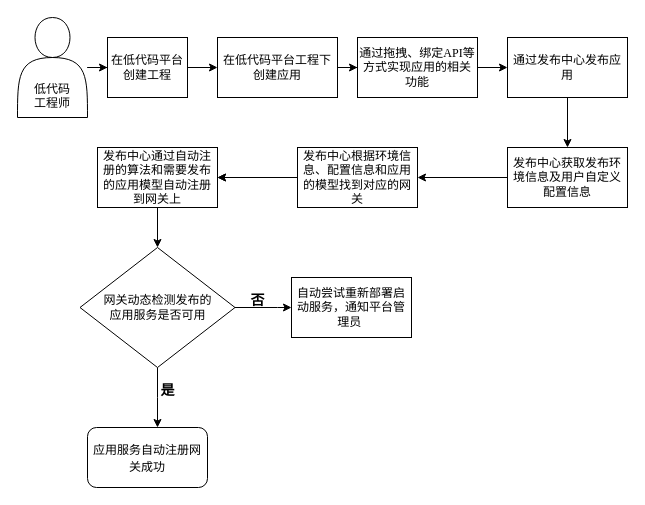
The draw.io diagram Untitled Diagram.drawio in KingDracula/nodeStudy, before the edit. Source tidied: cells renumbered, new cells numbered last; positions are measured from the earlier drawing's top-left corner, leaving out a move shared by most shapes. Both pictures are drawn from the tidied source at 100%, with x=0, y=0 at pixel (17, 17).
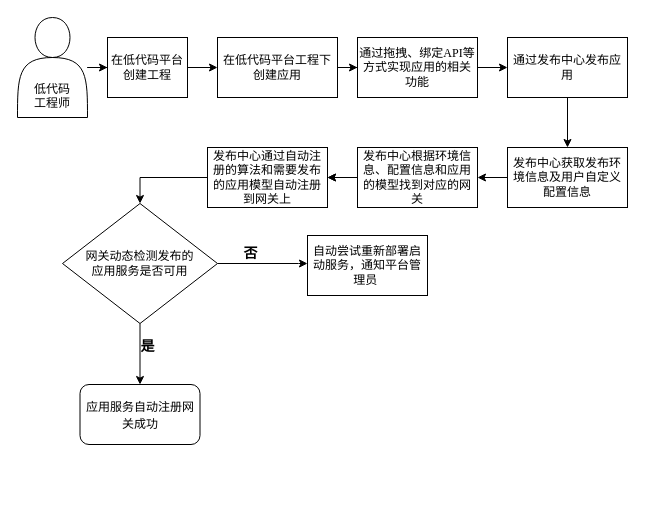
The same diagram, later.

What changed in the source:
```diff
@@
     <mxCell id="14" value="发布中心根据环境信息、配置信息和应用的模型找到对应的网关" style="whiteSpace=wrap;html=1;" parent="1" vertex="1">
-      <mxGeometry x="280" y="130" width="120" height="60" as="geometry" />
+      <mxGeometry x="340" y="130" width="120" height="60" as="geometry" />
     </mxCell>
-    <mxCell id="15" style="edgeStyle=orthogonalEdgeStyle;rounded=0;jettySize=auto;html=1;fontSize=12;" parent="1" edge="1" source="16" target="21">
+    <mxCell id="15" style="edgeStyle=orthogonalEdgeStyle;rounded=0;jettySize=auto;html=1;fontSize=12;exitX=0;exitY=0.5;exitDx=0;exitDy=0;" parent="1" edge="1" source="16" target="21">
       <mxGeometry relative="1" as="geometry" />
     </mxCell>
     <mxCell id="16" value="发布中心通过自动注册的算法和需要发布的应用模型自动注册到网关上" style="whiteSpace=wrap;html=1;" parent="1" vertex="1">
-      <mxGeometry x="80" y="130" width="120" height="60" as="geometry" />
+      <mxGeometry x="190" y="130" width="120" height="60" as="geometry" />
     </mxCell>
@@
-    <mxCell id="19" style="edgeStyle=orthogonalEdgeStyle;rounded=0;jettySize=auto;html=1;fontSize=12;" parent="1" edge="1" source="21" target="22">
+    <mxCell id="19" style="edgeStyle=orthogonalEdgeStyle;rounded=0;jettySize=auto;html=1;fontSize=12;exitX=1;exitY=0.5;exitDx=0;exitDy=0;" parent="1" edge="1" source="21" target="22">
       <mxGeometry relative="1" as="geometry">
         <Array as="points">
-          <mxPoint x="260" y="290" />
-          <mxPoint x="260" y="290" />
+          <mxPoint x="281" y="246" />
+          <mxPoint x="281" y="246" />
         </Array>
       </mxGeometry>
     </mxCell>
-    <mxCell id="20" style="edgeStyle=orthogonalEdgeStyle;rounded=0;jettySize=auto;html=1;fontSize=14;" parent="1" edge="1" source="21">
-      <mxGeometry relative="1" as="geometry">
-        <mxPoint x="140" y="410" as="targetPoint" />
-      </mxGeometry>
-    </mxCell>
     <mxCell id="21" value="网关动态检测发布的&lt;br&gt;应用服务是否可用" style="rhombus;whiteSpace=wrap;html=1;align=center;" parent="1" vertex="1">
-      <mxGeometry x="62.5" y="230" width="155" height="120" as="geometry" />
+      <mxGeometry x="45" y="186" width="155" height="120" as="geometry" />
     </mxCell>
     <mxCell id="22" value="自动尝试重新部署启动服务，通知平台管理员&amp;nbsp;" style="whiteSpace=wrap;html=1;" parent="1" vertex="1">
-      <mxGeometry x="274" y="260" width="120" height="60" as="geometry" />
+      <mxGeometry x="290" y="218" width="120" height="60" as="geometry" />
     </mxCell>
     <mxCell id="23" value="&lt;font style=&quot;font-size: 14px&quot;&gt;否&lt;/font&gt;" style="text;strokeColor=none;fillColor=none;html=1;fontSize=24;fontStyle=1;verticalAlign=middle;align=center;" parent="1" vertex="1">
-      <mxGeometry x="190" y="260" width="100" height="40" as="geometry" />
+      <mxGeometry x="182.5" y="213" width="100" height="40" as="geometry" />
     </mxCell>
+    <mxCell id="25" value="&lt;font style=&quot;font-size: 12px&quot;&gt;应用服务自动注册网关成功&lt;/font&gt;" style="rounded=1;whiteSpace=wrap;html=1;fontSize=14;align=center;" parent="1" vertex="1">
+      <mxGeometry x="62.5" y="367" width="120" height="60" as="geometry" />
+    </mxCell>
+    <mxCell id="26" style="group;" parent="1" vertex="1">
+      <mxGeometry x="80" y="306" width="100" height="40" as="geometry" />
+    </mxCell>
+    <mxCell id="20" style="edgeStyle=orthogonalEdgeStyle;rounded=0;jettySize=auto;html=1;fontSize=14;entryX=0.5;entryY=0;entryDx=0;entryDy=0;" parent="26" edge="1" source="21" target="25">
+      <mxGeometry relative="1" as="geometry" />
+    </mxCell>
-    <mxCell id="24" value="&lt;span style=&quot;font-size: 14px&quot;&gt;是&lt;/span&gt;" style="text;strokeColor=none;fillColor=none;html=1;fontSize=24;fontStyle=1;verticalAlign=middle;align=center;" parent="1" vertex="1">
-      <mxGeometry x="100" y="350" width="100" height="40" as="geometry" />
+    <mxCell id="24" value="&lt;span style=&quot;font-size: 14px&quot;&gt;是&lt;/span&gt;" style="text;strokeColor=none;fillColor=none;html=1;fontSize=24;fontStyle=1;verticalAlign=middle;align=center;" parent="26" vertex="1">
+      <mxGeometry width="100" height="40" as="geometry" />
     </mxCell>
-    <mxCell id="25" value="&lt;font style=&quot;font-size: 12px&quot;&gt;应用服务自动注册网关成功&lt;/font&gt;" style="rounded=1;whiteSpace=wrap;html=1;fontSize=14;align=center;" parent="1" vertex="1">
-      <mxGeometry x="70" y="410" width="120" height="60" as="geometry" />
-    </mxCell>
```
